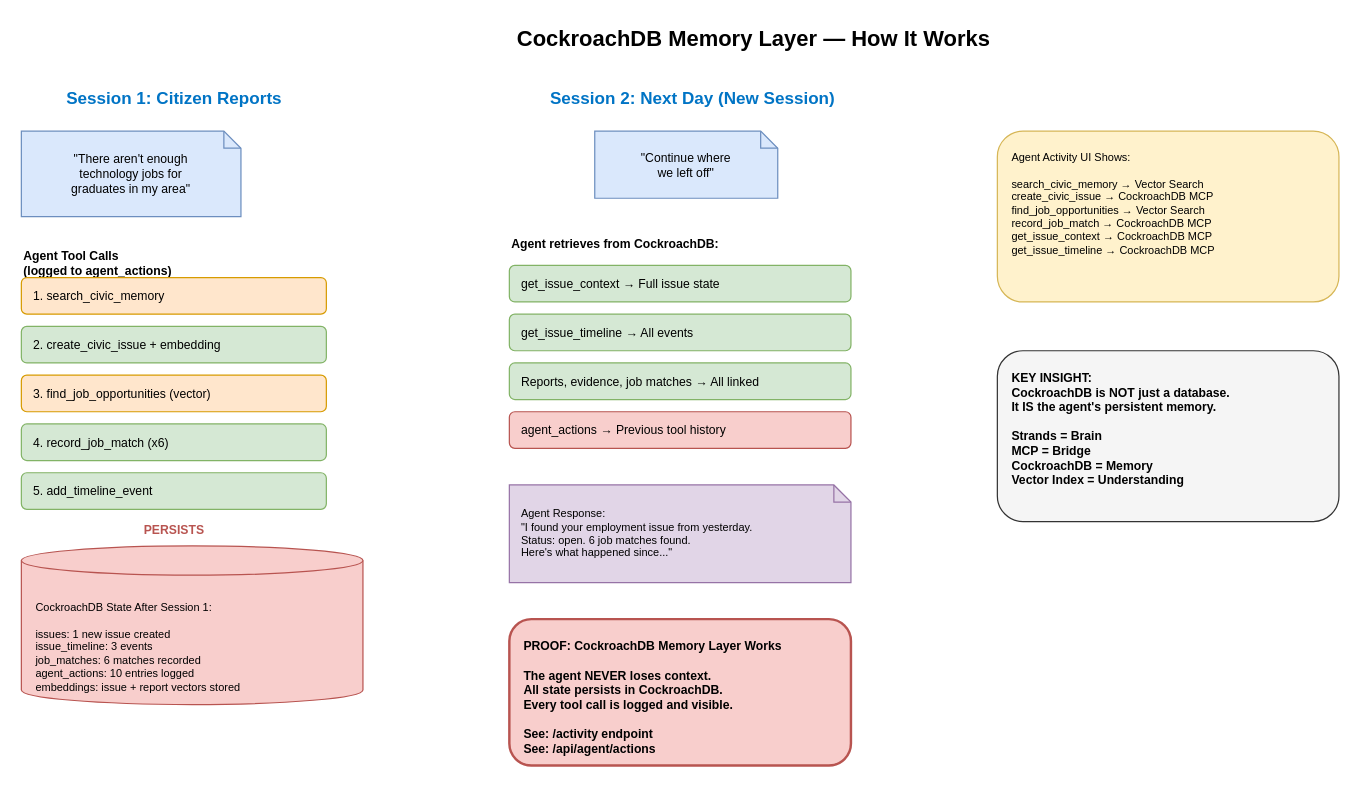
The draw.io diagram page "CockroachDB Memory Layer" (2 of 3) of docs/cjp-architecture.drawio in dineshrajdhanapathyDD/cjp-Civic-Journey-Platform, before the edit. Source tidied: cells renumbered, new cells numbered last; positions are measured from the earlier drawing's top-left corner, leaving out a move shared by most shapes. Both pictures are drawn from the tidied source at 122%, with x=0, y=0 at pixel (21, 21).
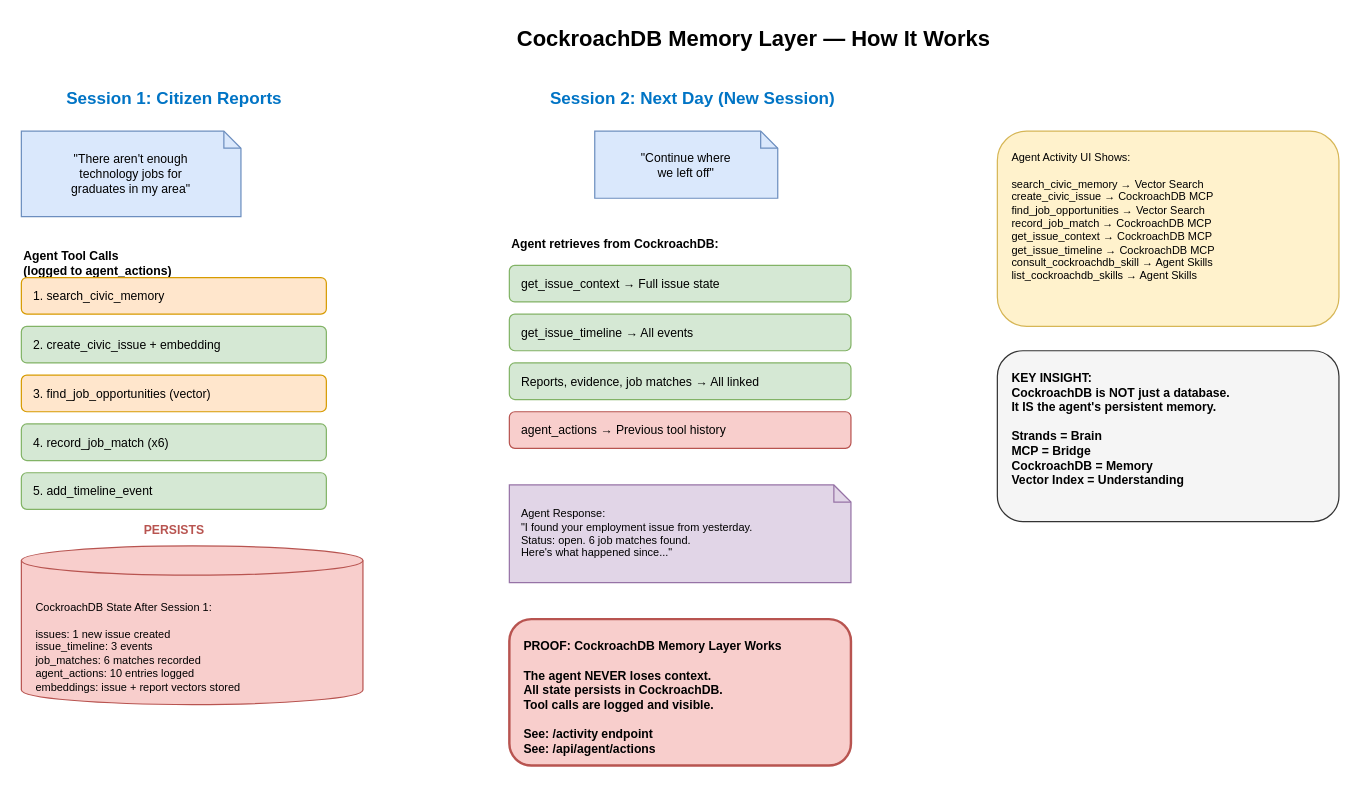
Above is the later version.

Change to the diagram source:
```diff
@@
-    <mxCell id="21" value="PROOF: CockroachDB Memory Layer Works&#10;&#10;The agent NEVER loses context.&#10;All state persists in CockroachDB.&#10;Every tool call is logged and visible.&#10;&#10;See: /activity endpoint&#10;See: /api/agent/actions" style="rounded=1;whiteSpace=wrap;html=1;fillColor=#f8cecc;strokeColor=#b85450;strokeWidth=2;fontSize=10;fontStyle=1;align=left;spacingLeft=10;verticalAlign=top;spacingTop=10;" parent="1" vertex="1">
+    <mxCell id="21" value="PROOF: CockroachDB Memory Layer Works&#10;&#10;The agent NEVER loses context.&#10;All state persists in CockroachDB.&#10;Tool calls are logged and visible.&#10;&#10;See: /activity endpoint&#10;See: /api/agent/actions" style="rounded=1;whiteSpace=wrap;html=1;fillColor=#f8cecc;strokeColor=#b85450;strokeWidth=2;fontSize=10;fontStyle=1;align=left;spacingLeft=10;verticalAlign=top;spacingTop=10;" parent="1" vertex="1">
       <mxGeometry x="400" y="490" width="280" height="120" as="geometry" />
     </mxCell>
-    <mxCell id="22" value="Agent Activity UI Shows:&#10;&#10;search_civic_memory → Vector Search&#10;create_civic_issue → CockroachDB MCP&#10;find_job_opportunities → Vector Search&#10;record_job_match → CockroachDB MCP&#10;get_issue_context → CockroachDB MCP&#10;get_issue_timeline → CockroachDB MCP" style="rounded=1;whiteSpace=wrap;html=1;fillColor=#fff2cc;strokeColor=#d6b656;fontSize=9;align=left;spacingLeft=10;verticalAlign=top;spacingTop=10;" parent="1" vertex="1">
-      <mxGeometry x="800" y="90" width="280" height="140" as="geometry" />
+    <mxCell id="22" value="Agent Activity UI Shows:&#10;&#10;search_civic_memory → Vector Search&#10;create_civic_issue → CockroachDB MCP&#10;find_job_opportunities → Vector Search&#10;record_job_match → CockroachDB MCP&#10;get_issue_context → CockroachDB MCP&#10;get_issue_timeline → CockroachDB MCP&#10;consult_cockroachdb_skill → Agent Skills&#10;list_cockroachdb_skills → Agent Skills" style="rounded=1;whiteSpace=wrap;html=1;fillColor=#fff2cc;strokeColor=#d6b656;fontSize=9;align=left;spacingLeft=10;verticalAlign=top;spacingTop=10;" parent="1" vertex="1">
+      <mxGeometry x="800" y="90" width="280" height="160" as="geometry" />
     </mxCell>
```
